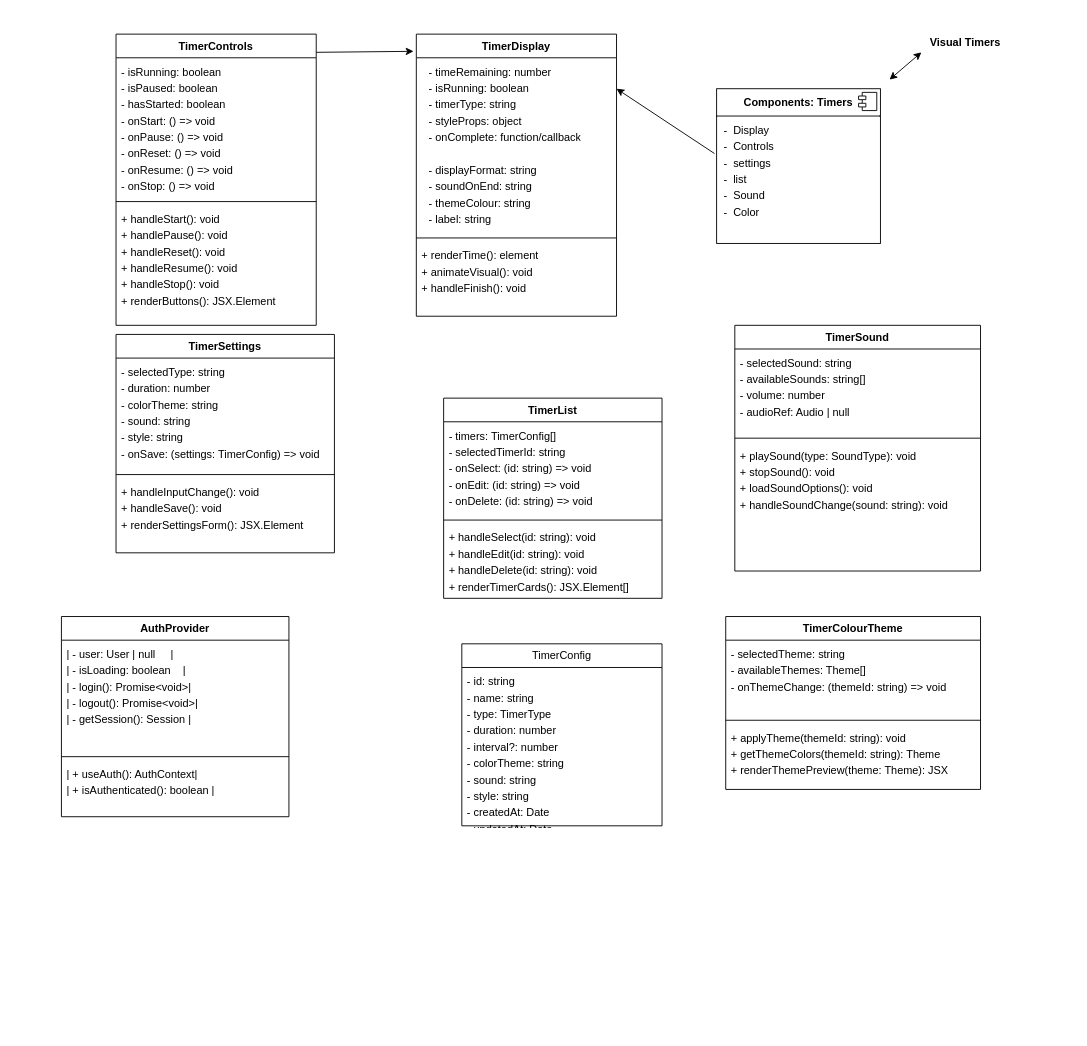
The draw.io diagram visual-timers.drawio in JGrineau/visual-timers, before the edit. Source tidied: cells renumbered, new cells numbered last; positions are measured from the earlier drawing's top-left corner, leaving out a move shared by most shapes. Both pictures are drawn from the tidied source at 91%, with x=0, y=0 at pixel (61, 15).
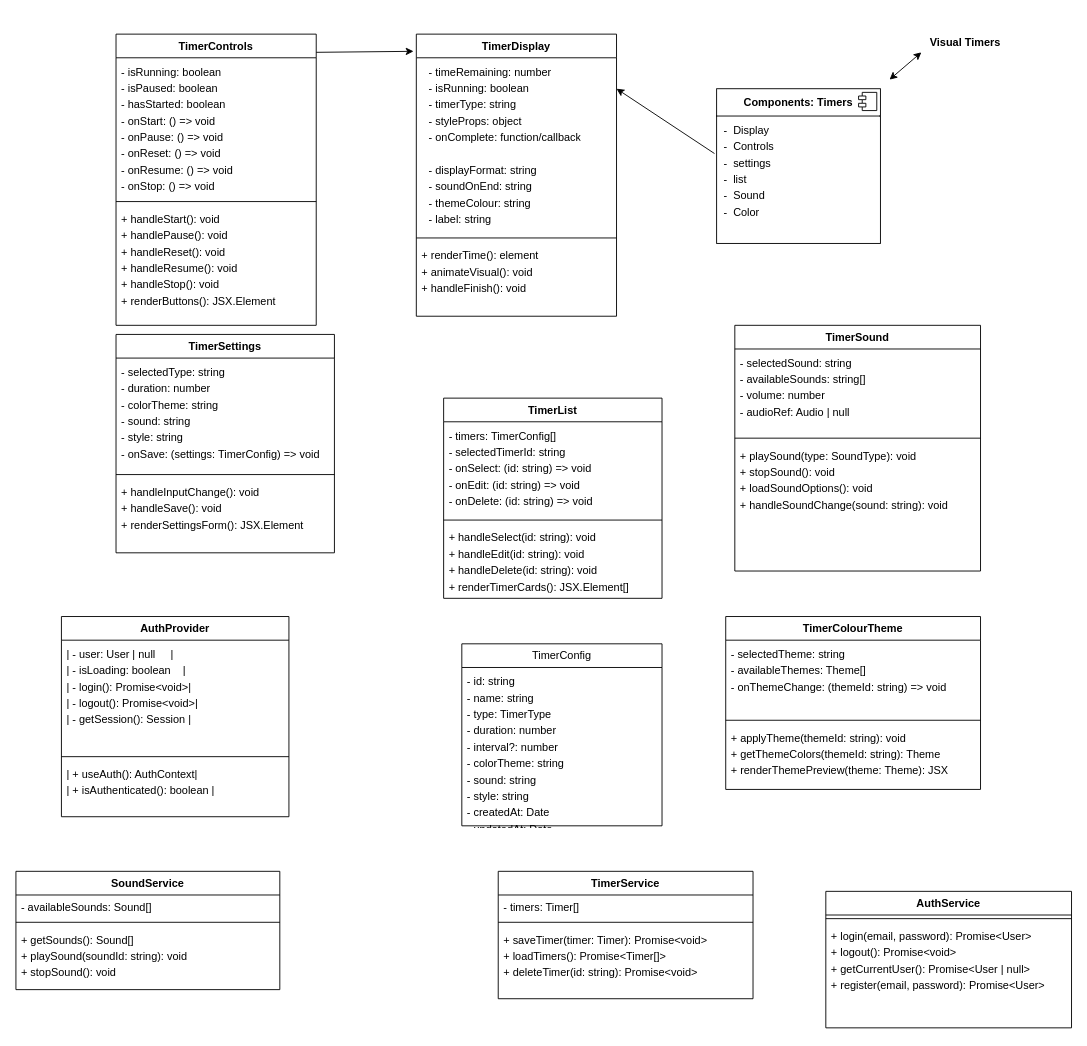
The same diagram, later.

Change to the diagram source:
```diff
@@
+    <mxCell id="38" value="TimerService" style="swimlane;fontStyle=1;align=center;verticalAlign=top;horizontal=1;startSize=26;whiteSpace=wrap;html=1;" parent="1" vertex="1">
+      <mxGeometry x="480" y="940" width="280" height="140" as="geometry" />
+    </mxCell>
+    <mxCell id="39" value="- timers: Timer[]&amp;nbsp;&amp;nbsp;" style="text;strokeColor=none;fillColor=none;align=left;verticalAlign=top;spacingLeft=4;spacingRight=4;overflow=hidden;whiteSpace=wrap;html=1;" parent="38" vertex="1">
+      <mxGeometry y="26" width="280" height="26" as="geometry" />
+    </mxCell>
+    <mxCell id="40" style="line;strokeWidth=1;fillColor=none;align=left;verticalAlign=middle;spacingTop=-1;spacingLeft=3;spacingRight=3;labelPosition=right;strokeColor=inherit;" parent="38" vertex="1">
+      <mxGeometry y="52" width="280" height="8" as="geometry" />
+    </mxCell>
+    <mxCell id="41" value="&lt;div style=&quot;line-height: 150%;&quot;&gt;&lt;div&gt;&lt;span style=&quot;font-size: 12px;&quot;&gt;+ saveTimer(timer: Timer): Promise&amp;lt;void&amp;gt;&amp;nbsp; &amp;nbsp;&lt;/span&gt;&lt;/div&gt;&lt;div&gt;&lt;span style=&quot;font-size: 12px;&quot;&gt;+ loadTimers(): Promise&amp;lt;Timer[]&amp;gt;&amp;nbsp; &amp;nbsp; &amp;nbsp; &amp;nbsp; &amp;nbsp; &amp;nbsp;&lt;/span&gt;&lt;/div&gt;&lt;div&gt;&lt;span style=&quot;font-size: 12px;&quot;&gt;+ deleteTimer(id: string): Promise&amp;lt;void&amp;gt;&amp;nbsp; &amp;nbsp;&lt;/span&gt;&lt;/div&gt;&lt;/div&gt;" style="text;strokeColor=none;fillColor=none;align=left;verticalAlign=top;spacingLeft=4;spacingRight=4;overflow=hidden;whiteSpace=wrap;html=1;" parent="38" vertex="1">
+      <mxGeometry y="60" width="280" height="80" as="geometry" />
+    </mxCell>
+    <mxCell id="42" value="SoundService&lt;div&gt;&lt;br&gt;&lt;/div&gt;" style="swimlane;fontStyle=1;align=center;verticalAlign=top;horizontal=1;startSize=26;whiteSpace=wrap;html=1;" parent="1" vertex="1">
+      <mxGeometry x="-50" y="940" width="290" height="130" as="geometry" />
+    </mxCell>
+    <mxCell id="43" value="- availableSounds: Sound[]" style="text;strokeColor=none;fillColor=none;align=left;verticalAlign=top;spacingLeft=4;spacingRight=4;overflow=hidden;whiteSpace=wrap;html=1;" parent="42" vertex="1">
+      <mxGeometry y="26" width="290" height="26" as="geometry" />
+    </mxCell>
+    <mxCell id="44" style="line;strokeWidth=1;fillColor=none;align=left;verticalAlign=middle;spacingTop=-1;spacingLeft=3;spacingRight=3;labelPosition=right;strokeColor=inherit;" parent="42" vertex="1">
+      <mxGeometry y="52" width="290" height="8" as="geometry" />
+    </mxCell>
+    <mxCell id="45" value="&lt;div style=&quot;line-height: 150%;&quot;&gt;&lt;div&gt;&lt;span style=&quot;font-size: 12px;&quot;&gt;+ getSounds(): Sound[]&amp;nbsp; &amp;nbsp; &amp;nbsp;&lt;/span&gt;&lt;/div&gt;&lt;div&gt;&lt;span style=&quot;font-size: 12px;&quot;&gt;+ playSound(soundId: string): void&amp;nbsp;&lt;/span&gt;&lt;/div&gt;&lt;div&gt;&lt;span style=&quot;font-size: 12px;&quot;&gt;+ stopSound(): void&amp;nbsp;&lt;/span&gt;&lt;/div&gt;&lt;/div&gt;" style="text;strokeColor=none;fillColor=none;align=left;verticalAlign=top;spacingLeft=4;spacingRight=4;overflow=hidden;whiteSpace=wrap;html=1;" parent="42" vertex="1">
+      <mxGeometry y="60" width="290" height="70" as="geometry" />
+    </mxCell>
+    <mxCell id="46" value="AuthService" style="swimlane;fontStyle=1;align=center;verticalAlign=top;horizontal=1;startSize=26;whiteSpace=wrap;html=1;" parent="1" vertex="1">
+      <mxGeometry x="840" y="962" width="270" height="150" as="geometry" />
+    </mxCell>
+    <mxCell id="47" style="line;strokeWidth=1;fillColor=none;align=left;verticalAlign=middle;spacingTop=-1;spacingLeft=3;spacingRight=3;labelPosition=right;strokeColor=inherit;" parent="46" vertex="1">
+      <mxGeometry y="26" width="270" height="8" as="geometry" />
+    </mxCell>
+    <mxCell id="48" value="&lt;div style=&quot;line-height: 150%;&quot;&gt;&lt;div&gt;&lt;span style=&quot;font-size: 12px;&quot;&gt;+ login(email, password): Promise&amp;lt;User&amp;gt;&amp;nbsp; &amp;nbsp;&amp;nbsp;&lt;/span&gt;&lt;/div&gt;&lt;div&gt;&lt;span style=&quot;font-size: 12px;&quot;&gt;+ logout(): Promise&amp;lt;void&amp;gt;&amp;nbsp; &amp;nbsp; &amp;nbsp; &amp;nbsp; &amp;nbsp; &amp;nbsp; &amp;nbsp; &amp;nbsp; &amp;nbsp;&amp;nbsp;&lt;/span&gt;&lt;/div&gt;&lt;div&gt;&lt;span style=&quot;font-size: 12px;&quot;&gt;+ getCurrentUser(): Promise&amp;lt;User | null&amp;gt;&amp;nbsp; &amp;nbsp;&lt;/span&gt;&lt;/div&gt;&lt;div&gt;&lt;span style=&quot;font-size: 12px;&quot;&gt;+ register(email, password): Promise&amp;lt;User&amp;gt;&lt;/span&gt;&lt;/div&gt;&lt;/div&gt;" style="text;strokeColor=none;fillColor=none;align=left;verticalAlign=top;spacingLeft=4;spacingRight=4;overflow=hidden;whiteSpace=wrap;html=1;" parent="46" vertex="1">
+      <mxGeometry y="34" width="270" height="116" as="geometry" />
+    </mxCell>
```
